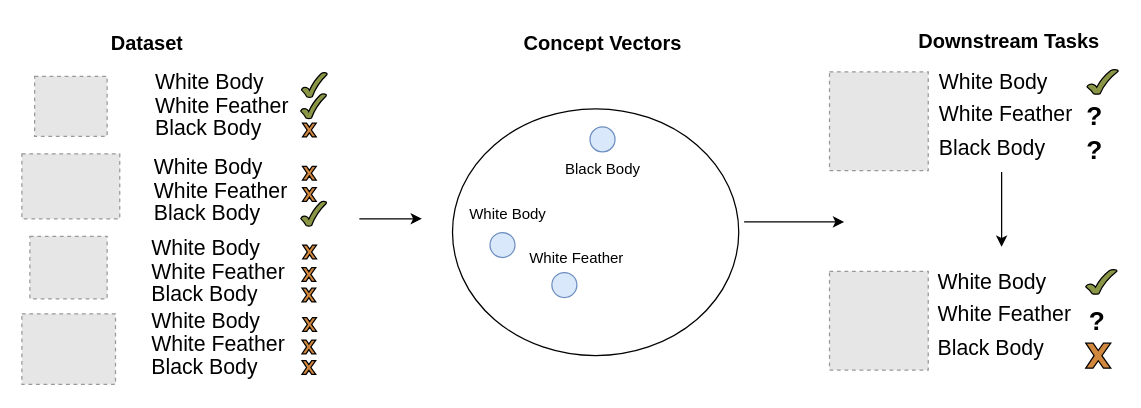
Above: figures/pull_figure.drawio in naveenr414/Concept-Learning (draw.io), before the change. Source tidied: cells renumbered, new cells numbered last; positions are measured from the earlier drawing's top-left corner, leaving out a move shared by most shapes. Both pictures are drawn from the tidied source at 125%, with x=0, y=0 at pixel (21, 21). Pictures stored in the file or linked from it are replaced by grey dashed boxes.
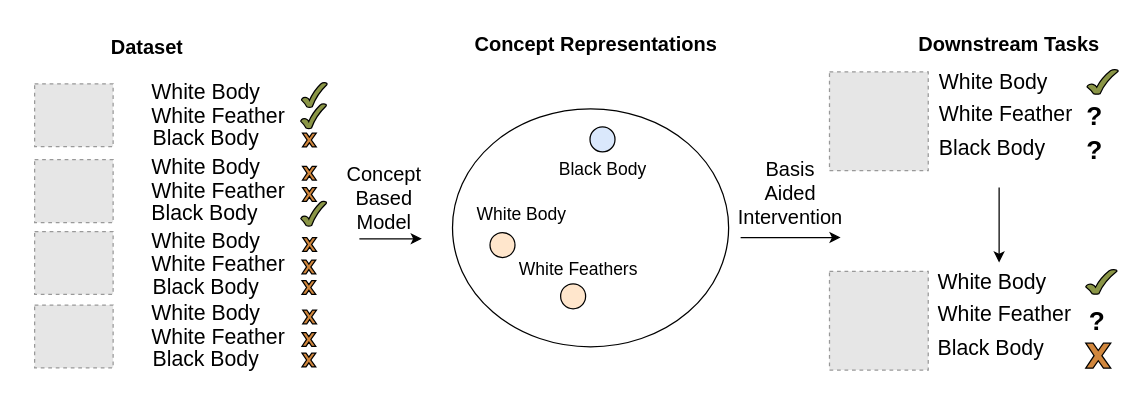
The same diagram, later.

Diff of the diagram source:
```diff
@@
     <mxCell id="2" style="fillColor=#E6E6E6;strokeColor=#999999;dashed=1;verticalLabelPosition=bottom;labelBackgroundColor=default;verticalAlign=top;" parent="1" vertex="1">
-      <mxGeometry x="10.2" y="43.5" width="58" height="48" as="geometry" />
+      <mxGeometry x="10.2" y="49.5" width="62.8" height="50.3" as="geometry" />
     </mxCell>
     <mxCell id="3" style="fillColor=#E6E6E6;strokeColor=#999999;dashed=1;verticalLabelPosition=bottom;labelBackgroundColor=default;verticalAlign=top;" parent="1" vertex="1">
-      <mxGeometry y="105.5" width="78.3" height="52" as="geometry" />
+      <mxGeometry x="10.2" y="110.2" width="62.8" height="50.3" as="geometry" />
     </mxCell>
     <mxCell id="4" value="&lt;font style=&quot;font-size: 17px;&quot;&gt;White Body&lt;/font&gt;" style="text;html=1;strokeColor=none;fillColor=none;align=left;verticalAlign=middle;whiteSpace=wrap;overflow=hidden;" parent="1" vertex="1">
-      <mxGeometry x="104.5" y="33.5" width="100" height="30" as="geometry" />
+      <mxGeometry x="101.5" y="41.5" width="100" height="30" as="geometry" />
     </mxCell>
     <mxCell id="5" value="&lt;font style=&quot;font-size: 17px;&quot;&gt;White Feather&lt;/font&gt;" style="text;html=1;strokeColor=none;fillColor=none;align=left;verticalAlign=middle;whiteSpace=wrap;overflow=hidden;" parent="1" vertex="1">
-      <mxGeometry x="104.5" y="52.5" width="110" height="30" as="geometry" />
+      <mxGeometry x="101.5" y="60.5" width="110" height="30" as="geometry" />
     </mxCell>
     <mxCell id="6" value="&lt;font style=&quot;font-size: 17px;&quot;&gt;Black Body&lt;/font&gt;" style="text;html=1;strokeColor=none;fillColor=none;align=left;verticalAlign=middle;whiteSpace=wrap;overflow=hidden;" parent="1" vertex="1">
-      <mxGeometry x="104.5" y="70.5" width="100" height="30" as="geometry" />
+      <mxGeometry x="102.5" y="78.5" width="100" height="30" as="geometry" />
     </mxCell>
-    <mxCell id="7" value="&lt;font style=&quot;font-size: 16px;&quot;&gt;&lt;b&gt;Concept Vectors&lt;/b&gt;&lt;/font&gt;" style="text;html=1;strokeColor=none;fillColor=none;align=center;verticalAlign=middle;whiteSpace=wrap;overflow=hidden;" parent="1" vertex="1">
-      <mxGeometry x="399.5" y="5" width="130" height="20" as="geometry" />
+    <mxCell id="7" value="&lt;font style=&quot;font-size: 16px;&quot;&gt;&lt;b&gt;Concept Representations&lt;/b&gt;&lt;/font&gt;" style="text;html=1;strokeColor=none;fillColor=none;align=center;verticalAlign=middle;whiteSpace=wrap;overflow=hidden;" parent="1" vertex="1">
+      <mxGeometry x="348.7" width="220.5" height="35" as="geometry" />
     </mxCell>
     <mxCell id="8" value="&lt;font style=&quot;font-size: 16px;&quot;&gt;&lt;b&gt;Downstream Tasks&lt;/b&gt;&lt;/font&gt;" style="text;html=1;strokeColor=none;fillColor=none;align=center;verticalAlign=middle;whiteSpace=wrap;rounded=0;" parent="1" vertex="1">
-      <mxGeometry x="709.8" width="160" height="30" as="geometry" />
+      <mxGeometry x="709.8" y="2.5" width="160" height="30" as="geometry" />
     </mxCell>
     <mxCell id="9" value="&lt;font style=&quot;font-size: 16px;&quot;&gt;&lt;b&gt;Dataset&lt;/b&gt;&lt;/font&gt;" style="text;html=1;strokeColor=none;fillColor=none;align=center;verticalAlign=middle;whiteSpace=wrap;overflow=hidden;" parent="1" vertex="1">
-      <mxGeometry x="68.1" y="5" width="64.6" height="20" as="geometry" />
+      <mxGeometry x="68.1" y="7.5" width="64.6" height="20" as="geometry" />
     </mxCell>
@@
     <mxCell id="20" style="endArrow=classic;html=1;rounded=0;" parent="1" edge="1">
       <mxGeometry relative="1" as="geometry">
-        <mxPoint x="783.8" y="120" as="sourcePoint" />
-        <mxPoint x="783.8" y="180" as="targetPoint" />
+        <mxPoint x="781.8" y="132.5" as="sourcePoint" />
+        <mxPoint x="781.8" y="192.5" as="targetPoint" />
       </mxGeometry>
     </mxCell>
@@
     <mxCell id="25" style="fillColor=#E6E6E6;strokeColor=#999999;dashed=1;verticalLabelPosition=bottom;labelBackgroundColor=default;verticalAlign=top;" parent="1" vertex="1">
-      <mxGeometry x="6.4" y="171.5" width="61.8" height="50" as="geometry" />
+      <mxGeometry x="10.2" y="167.7" width="62.8" height="50.3" as="geometry" />
     </mxCell>
     <mxCell id="26" value="&lt;font style=&quot;font-size: 17px;&quot;&gt;White Body&lt;/font&gt;" style="text;html=1;strokeColor=none;fillColor=none;align=left;verticalAlign=middle;whiteSpace=wrap;overflow=hidden;" parent="1" vertex="1">
-      <mxGeometry x="103.5" y="101.5" width="100" height="30" as="geometry" />
+      <mxGeometry x="101.5" y="101.5" width="100" height="30" as="geometry" />
     </mxCell>
     <mxCell id="27" value="&lt;font style=&quot;font-size: 17px;&quot;&gt;White Feather&lt;/font&gt;" style="text;html=1;strokeColor=none;fillColor=none;align=left;verticalAlign=middle;whiteSpace=wrap;overflow=hidden;" parent="1" vertex="1">
-      <mxGeometry x="103.5" y="120.5" width="110" height="30" as="geometry" />
+      <mxGeometry x="101.5" y="120.5" width="110" height="30" as="geometry" />
     </mxCell>
     <mxCell id="28" value="&lt;font style=&quot;font-size: 17px;&quot;&gt;Black Body&lt;/font&gt;" style="text;html=1;strokeColor=none;fillColor=none;align=left;verticalAlign=middle;whiteSpace=wrap;overflow=hidden;" parent="1" vertex="1">
-      <mxGeometry x="103.5" y="138.5" width="100" height="30" as="geometry" />
+      <mxGeometry x="101.5" y="138.5" width="100" height="30" as="geometry" />
     </mxCell>
@@
     <mxCell id="31" value="&lt;font style=&quot;font-size: 17px;&quot;&gt;White Body&lt;/font&gt;" style="text;html=1;strokeColor=none;fillColor=none;align=left;verticalAlign=middle;whiteSpace=wrap;overflow=hidden;" parent="1" vertex="1">
-      <mxGeometry x="101.5" y="166.5" width="100" height="30" as="geometry" />
+      <mxGeometry x="101.5" y="160.5" width="100" height="30" as="geometry" />
     </mxCell>
     <mxCell id="32" value="&lt;font style=&quot;font-size: 17px;&quot;&gt;White Feather&lt;/font&gt;" style="text;html=1;strokeColor=none;fillColor=none;align=left;verticalAlign=middle;whiteSpace=wrap;overflow=hidden;" parent="1" vertex="1">
-      <mxGeometry x="101.5" y="185.5" width="110" height="30" as="geometry" />
+      <mxGeometry x="101.5" y="179.5" width="110" height="30" as="geometry" />
     </mxCell>
     <mxCell id="33" value="&lt;font style=&quot;font-size: 17px;&quot;&gt;Black Body&lt;/font&gt;" style="text;html=1;strokeColor=none;fillColor=none;align=left;verticalAlign=middle;whiteSpace=wrap;overflow=hidden;" parent="1" vertex="1">
-      <mxGeometry x="101.5" y="203.5" width="100" height="30" as="geometry" />
+      <mxGeometry x="102.5" y="197.5" width="100" height="30" as="geometry" />
     </mxCell>
@@
     <mxCell id="35" style="verticalLabelPosition=bottom;verticalAlign=top;html=1;shape=mxgraph.basic.x;fillColor=#D1873D;" parent="1" vertex="1">
-      <mxGeometry x="224.5" y="81" width="11" height="11" as="geometry" />
+      <mxGeometry x="224.5" y="89" width="11" height="11" as="geometry" />
     </mxCell>
     <mxCell id="36" style="verticalLabelPosition=bottom;verticalAlign=top;html=1;shape=mxgraph.basic.tick;fillColor=#8A9546;" parent="1" vertex="1">
-      <mxGeometry x="223.1" y="57.5" width="20.5" height="20" as="geometry" />
+      <mxGeometry x="223.1" y="65.5" width="20.5" height="20" as="geometry" />
     </mxCell>
     <mxCell id="37" style="verticalLabelPosition=bottom;verticalAlign=top;html=1;shape=mxgraph.basic.tick;fillColor=#8A9546;" parent="1" vertex="1">
-      <mxGeometry x="223.7" y="40.5" width="20.5" height="20" as="geometry" />
+      <mxGeometry x="223.7" y="48.5" width="20.5" height="20" as="geometry" />
     </mxCell>
     <mxCell id="38" style="verticalLabelPosition=bottom;verticalAlign=top;html=1;shape=mxgraph.basic.x;fillColor=#D1873D;" parent="1" vertex="1">
-      <mxGeometry x="224.7" y="178.5" width="11" height="11" as="geometry" />
+      <mxGeometry x="224.7" y="172.5" width="11" height="11" as="geometry" />
     </mxCell>
     <mxCell id="39" style="verticalLabelPosition=bottom;verticalAlign=top;html=1;shape=mxgraph.basic.x;fillColor=#D1873D;" parent="1" vertex="1">
-      <mxGeometry x="224.1" y="196.5" width="11" height="11" as="geometry" />
+      <mxGeometry x="224.1" y="190.5" width="11" height="11" as="geometry" />
     </mxCell>
     <mxCell id="40" style="verticalLabelPosition=bottom;verticalAlign=top;html=1;shape=mxgraph.basic.x;fillColor=#D1873D;" parent="1" vertex="1">
-      <mxGeometry x="224.1" y="213" width="11" height="11" as="geometry" />
+      <mxGeometry x="224.1" y="207" width="11" height="11" as="geometry" />
     </mxCell>
     <mxCell id="41" style="fillColor=#E6E6E6;strokeColor=#999999;dashed=1;verticalLabelPosition=bottom;labelBackgroundColor=default;verticalAlign=top;" parent="1" vertex="1">
-      <mxGeometry y="233.5" width="74.9" height="56.5" as="geometry" />
+      <mxGeometry x="10.2" y="226.5" width="62.8" height="50.3" as="geometry" />
     </mxCell>
     <mxCell id="42" value="&lt;font style=&quot;font-size: 17px;&quot;&gt;White Body&lt;/font&gt;" style="text;html=1;strokeColor=none;fillColor=none;align=left;verticalAlign=middle;whiteSpace=wrap;overflow=hidden;" parent="1" vertex="1">
-      <mxGeometry x="101.5" y="224.5" width="100" height="30" as="geometry" />
+      <mxGeometry x="101.5" y="218.5" width="100" height="30" as="geometry" />
     </mxCell>
     <mxCell id="43" value="&lt;font style=&quot;font-size: 17px;&quot;&gt;White Feather&lt;/font&gt;" style="text;html=1;strokeColor=none;fillColor=none;align=left;verticalAlign=middle;whiteSpace=wrap;overflow=hidden;" parent="1" vertex="1">
-      <mxGeometry x="101.5" y="243.5" width="110" height="30" as="geometry" />
+      <mxGeometry x="101.5" y="237.5" width="110" height="30" as="geometry" />
     </mxCell>
     <mxCell id="44" value="&lt;font style=&quot;font-size: 17px;&quot;&gt;Black Body&lt;/font&gt;" style="text;html=1;strokeColor=none;fillColor=none;align=left;verticalAlign=middle;whiteSpace=wrap;overflow=hidden;" parent="1" vertex="1">
-      <mxGeometry x="101.5" y="261.5" width="100" height="30" as="geometry" />
+      <mxGeometry x="102.5" y="255.5" width="100" height="30" as="geometry" />
     </mxCell>
     <mxCell id="45" style="verticalLabelPosition=bottom;verticalAlign=top;html=1;shape=mxgraph.basic.x;fillColor=#D1873D;" parent="1" vertex="1">
-      <mxGeometry x="224.7" y="236.5" width="11" height="11" as="geometry" />
+      <mxGeometry x="224.7" y="230.5" width="11" height="11" as="geometry" />
     </mxCell>
     <mxCell id="46" style="verticalLabelPosition=bottom;verticalAlign=top;html=1;shape=mxgraph.basic.x;fillColor=#D1873D;" parent="1" vertex="1">
-      <mxGeometry x="224.1" y="254.5" width="11" height="11" as="geometry" />
+      <mxGeometry x="224.1" y="248.5" width="11" height="11" as="geometry" />
     </mxCell>
     <mxCell id="47" style="verticalLabelPosition=bottom;verticalAlign=top;html=1;shape=mxgraph.basic.x;fillColor=#D1873D;" parent="1" vertex="1">
-      <mxGeometry x="224.1" y="271" width="11" height="11" as="geometry" />
+      <mxGeometry x="224.1" y="265" width="11" height="11" as="geometry" />
     </mxCell>
     <mxCell id="48" style="ellipse;whiteSpace=wrap;html=1;" parent="1" vertex="1">
-      <mxGeometry x="344.5" y="69.5" width="229" height="197.5" as="geometry" />
+      <mxGeometry x="344.5" y="69.5" width="220.9" height="190.5" as="geometry" />
     </mxCell>
-    <mxCell id="49" style="ellipse;whiteSpace=wrap;html=1;fillColor=#dae8fc;strokeColor=#6c8ebf;" parent="1" vertex="1">
+    <mxCell id="49" style="ellipse;whiteSpace=wrap;html=1;fillColor=#ffe6cc;strokeColor=#000000;" parent="1" vertex="1">
       <mxGeometry x="374.5" y="168.5" width="20" height="20" as="geometry" />
     </mxCell>
-    <mxCell id="50" style="ellipse;whiteSpace=wrap;html=1;fillColor=#dae8fc;strokeColor=#6c8ebf;" parent="1" vertex="1">
+    <mxCell id="50" style="ellipse;whiteSpace=wrap;html=1;fillColor=#dae8fc;strokeColor=#000000;" parent="1" vertex="1">
       <mxGeometry x="454.5" y="84" width="20" height="20" as="geometry" />
     </mxCell>
-    <mxCell id="51" style="ellipse;whiteSpace=wrap;html=1;fillColor=#dae8fc;strokeColor=#6c8ebf;" parent="1" vertex="1">
-      <mxGeometry x="424" y="200.5" width="20" height="20" as="geometry" />
+    <mxCell id="51" style="ellipse;whiteSpace=wrap;html=1;fillColor=#ffe6cc;strokeColor=#000000;" parent="1" vertex="1">
+      <mxGeometry x="431" y="209.5" width="20" height="20" as="geometry" />
     </mxCell>
-    <mxCell id="52" value="&lt;font style=&quot;font-size: 12px;&quot;&gt;Black Body&lt;/font&gt;" style="text;html=1;strokeColor=none;fillColor=none;align=center;verticalAlign=middle;whiteSpace=wrap;overflow=hidden;" parent="1" vertex="1">
+    <mxCell id="52" value="&lt;font style=&quot;font-size: 14px;&quot;&gt;Black Body&lt;/font&gt;" style="text;html=1;strokeColor=none;fillColor=none;align=center;verticalAlign=middle;whiteSpace=wrap;overflow=hidden;" parent="1" vertex="1">
       <mxGeometry x="409.5" y="107.5" width="110" height="21" as="geometry" />
     </mxCell>
-    <mxCell id="53" value="&lt;font style=&quot;font-size: 12px;&quot;&gt;White Body&lt;/font&gt;" style="text;html=1;strokeColor=none;fillColor=none;align=center;verticalAlign=middle;whiteSpace=wrap;overflow=hidden;" parent="1" vertex="1">
-      <mxGeometry x="334" y="143" width="110" height="21" as="geometry" />
+    <mxCell id="53" value="&lt;font style=&quot;font-size: 14px;&quot;&gt;White Body&lt;/font&gt;" style="text;html=1;strokeColor=none;fillColor=none;align=center;verticalAlign=middle;whiteSpace=wrap;overflow=hidden;" parent="1" vertex="1">
+      <mxGeometry x="344.6" y="143" width="110" height="21" as="geometry" />
     </mxCell>
-    <mxCell id="54" value="&lt;font style=&quot;font-size: 12px;&quot;&gt;White Feather&lt;/font&gt;" style="text;html=1;strokeColor=none;fillColor=none;align=center;verticalAlign=middle;whiteSpace=wrap;overflow=hidden;" parent="1" vertex="1">
-      <mxGeometry x="389" y="178.5" width="110" height="21" as="geometry" />
+    <mxCell id="54" value="&lt;font style=&quot;font-size: 14px;&quot;&gt;White Feathers&lt;/font&gt;" style="text;html=1;strokeColor=none;fillColor=none;align=center;verticalAlign=middle;whiteSpace=wrap;overflow=hidden;" parent="1" vertex="1">
+      <mxGeometry x="374.5" y="187.5" width="141" height="21" as="geometry" />
     </mxCell>
     <mxCell id="55" style="endArrow=classic;html=1;rounded=0;" parent="1" edge="1">
       <mxGeometry relative="1" as="geometry">
-        <mxPoint x="270" y="157.5" as="sourcePoint" />
-        <mxPoint x="320" y="157.5" as="targetPoint" />
+        <mxPoint x="270" y="173.5" as="sourcePoint" />
+        <mxPoint x="320" y="173.5" as="targetPoint" />
       </mxGeometry>
     </mxCell>
     <mxCell id="56" style="endArrow=classic;html=1;rounded=0;" parent="1" edge="1">
       <mxGeometry relative="1" as="geometry">
-        <mxPoint x="577.8" y="160" as="sourcePoint" />
-        <mxPoint x="657.8" y="160" as="targetPoint" />
+        <mxPoint x="575" y="172.5" as="sourcePoint" />
+        <mxPoint x="655" y="172.5" as="targetPoint" />
+        <Array as="points">
+          <mxPoint x="607.2" y="172.5" />
+        </Array>
       </mxGeometry>
     </mxCell>
+    <mxCell id="57" value="&lt;font style=&quot;font-size: 16px;&quot;&gt;Concept&lt;br&gt;Based&lt;br&gt;Model&lt;br&gt;&lt;/font&gt;" style="text;html=1;strokeColor=none;fillColor=none;align=center;verticalAlign=middle;whiteSpace=wrap;overflow=hidden;" parent="1" vertex="1">
+      <mxGeometry x="234.6" y="103.5" width="110" height="74" as="geometry" />
+    </mxCell>
+    <mxCell id="58" value="&lt;font style=&quot;font-size: 16px;&quot;&gt;Basis&lt;br&gt;Aided&lt;br&gt;Intervention&lt;br&gt;&lt;/font&gt;" style="text;html=1;strokeColor=none;fillColor=none;align=center;verticalAlign=middle;whiteSpace=wrap;overflow=hidden;" parent="1" vertex="1">
+      <mxGeometry x="560" y="100" width="110" height="74" as="geometry" />
+    </mxCell>
```
